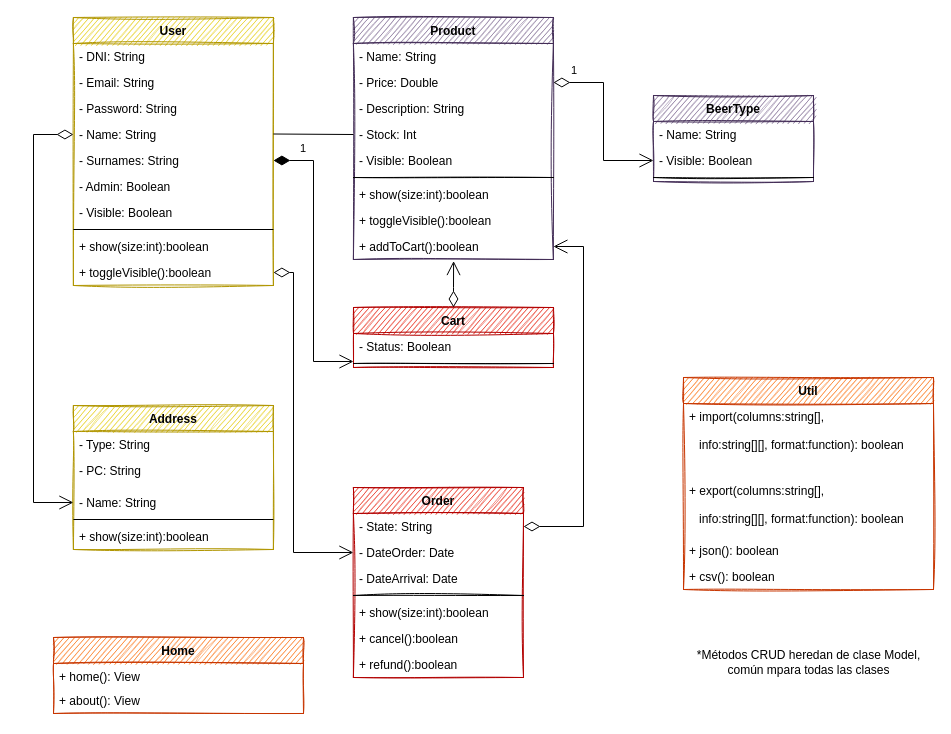
This is page "Page-2" (2 of 3) of _documentacion/diagrama.drawio from JosueGarciaAsensi/DSS, a draw.io file, before an edit. Source tidied: cells renumbered, new cells numbered last; positions are measured from the earlier drawing's top-left corner, leaving out a move shared by most shapes. Both pictures are drawn from the tidied source at 100%, with x=0, y=0 at pixel (33, 17).
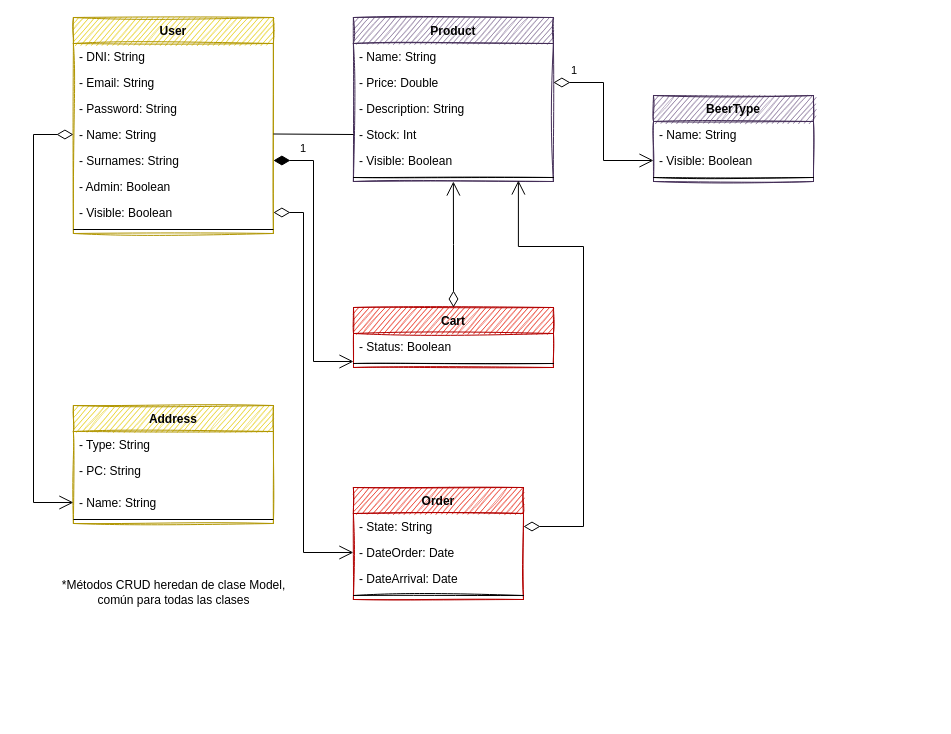
The same page after the edit.

Commit message (it also covers changes not shown here):
diagrama clases

Unchanged cells that the change refers to:
```xml
<mxCell id="9" value="- Visible: Boolean" style="text;strokeColor=none;fillColor=none;align=left;verticalAlign=top;spacingLeft=4;spacingRight=4;overflow=hidden;points=[[0,0.5],[1,0.5]];portConstraint=eastwest;" parent="2" vertex="1">
  <mxGeometry y="182" width="200" height="26" as="geometry" />
</mxCell>
<mxCell id="26" style="line;strokeWidth=1;fillColor=none;align=left;verticalAlign=middle;spacingTop=-1;spacingLeft=3;spacingRight=3;labelPosition=right;points=[];portConstraint=eastwest;rounded=0;shadow=0;glass=0;sketch=1;" parent="20" vertex="1">
  <mxGeometry y="156" width="200" height="8" as="geometry" />
</mxCell>
<mxCell id="36" value="Cart" style="swimlane;fontStyle=1;align=center;verticalAlign=top;horizontal=1;startSize=26;rounded=0;shadow=0;glass=0;sketch=1;fontColor=#000000;fillColor=#e51400;strokeColor=#B20000;" parent="1" vertex="1">
  <mxGeometry x="320" y="290" width="200" height="60" as="geometry" />
</mxCell>
<mxCell id="40" value="- State: String" style="text;strokeColor=none;fillColor=none;align=left;verticalAlign=top;spacingLeft=4;spacingRight=4;overflow=hidden;points=[[0,0.5],[1,0.5]];portConstraint=eastwest;" parent="39" vertex="1">
  <mxGeometry y="26" width="170.1" height="26" as="geometry" />
</mxCell>
<mxCell id="41" value="- DateOrder: Date" style="text;strokeColor=none;fillColor=none;align=left;verticalAlign=top;spacingLeft=4;spacingRight=4;overflow=hidden;points=[[0,0.5],[1,0.5]];portConstraint=eastwest;" parent="39" vertex="1">
  <mxGeometry y="52" width="170.1" height="26" as="geometry" />
</mxCell>
```

What changed in the source:
```diff
@@
     <mxCell id="2" value="User" style="swimlane;fontStyle=1;align=center;verticalAlign=top;horizontal=1;startSize=26;fillColor=#e3c800;strokeColor=#B09500;sketch=1;swimlaneLine=1;glass=0;rounded=0;shadow=0;swimlaneFillColor=none;fontColor=#000000;" parent="1" vertex="1">
-      <mxGeometry x="39.9" width="200" height="268" as="geometry" />
+      <mxGeometry x="39.9" width="200" height="216" as="geometry" />
     </mxCell>
@@
-    <mxCell id="11" value="+ show(size:int):boolean" style="text;strokeColor=none;fillColor=none;align=left;verticalAlign=top;spacingLeft=4;spacingRight=4;overflow=hidden;" parent="2" vertex="1">
-      <mxGeometry y="216" width="200" height="26" as="geometry" />
-    </mxCell>
-    <mxCell id="12" value="+ toggleVisible():boolean" style="text;strokeColor=none;fillColor=none;align=left;verticalAlign=top;spacingLeft=4;spacingRight=4;overflow=hidden;" parent="2" vertex="1">
-      <mxGeometry y="242" width="200" height="26" as="geometry" />
-    </mxCell>
     <mxCell id="13" value="Address" style="swimlane;fontStyle=1;align=center;verticalAlign=top;horizontal=1;startSize=26;fillColor=#e3c800;strokeColor=#B09500;sketch=1;swimlaneLine=1;glass=0;rounded=0;shadow=0;swimlaneFillColor=none;fontColor=#000000;" parent="1" vertex="1">
-      <mxGeometry x="39.9" y="388" width="200" height="144" as="geometry" />
+      <mxGeometry x="39.9" y="388" width="200" height="118" as="geometry" />
     </mxCell>
@@
-    <mxCell id="18" value="+ show(size:int):boolean" style="text;strokeColor=none;fillColor=none;align=left;verticalAlign=top;spacingLeft=4;spacingRight=4;overflow=hidden;sketch=1;" parent="13" vertex="1">
-      <mxGeometry y="118" width="200" height="26" as="geometry" />
-    </mxCell>
@@
     <mxCell id="20" value="Product" style="swimlane;fontStyle=1;align=center;verticalAlign=top;horizontal=1;startSize=26;rounded=0;shadow=0;glass=0;sketch=1;fillColor=#76608a;fontColor=#000000;strokeColor=#432D57;" parent="1" vertex="1">
-      <mxGeometry x="319.9" width="200" height="242" as="geometry" />
+      <mxGeometry x="319.9" width="200" height="164" as="geometry" />
     </mxCell>
@@
-    <mxCell id="27" value="+ show(size:int):boolean" style="text;strokeColor=none;fillColor=none;align=left;verticalAlign=top;spacingLeft=4;spacingRight=4;overflow=hidden;" parent="20" vertex="1">
-      <mxGeometry y="164" width="200" height="26" as="geometry" />
-    </mxCell>
-    <mxCell id="28" value="+ toggleVisible():boolean" style="text;strokeColor=none;fillColor=none;align=left;verticalAlign=top;spacingLeft=4;spacingRight=4;overflow=hidden;" parent="20" vertex="1">
-      <mxGeometry y="190" width="200" height="26" as="geometry" />
-    </mxCell>
-    <mxCell id="29" value="+ addToCart():boolean" style="text;strokeColor=none;fillColor=none;align=left;verticalAlign=top;spacingLeft=4;spacingRight=4;overflow=hidden;points=[[0,0.5],[1,0.5]];portConstraint=eastwest;" parent="20" vertex="1">
-      <mxGeometry y="216" width="200" height="26" as="geometry" />
-    </mxCell>
@@
     <mxCell id="39" value="Order" style="swimlane;fontStyle=1;align=center;verticalAlign=top;horizontal=1;startSize=26;rounded=0;shadow=0;glass=0;sketch=1;fontColor=#000000;fillColor=#e51400;strokeColor=#B20000;" parent="1" vertex="1">
-      <mxGeometry x="319.9" y="470" width="170.1" height="190" as="geometry" />
+      <mxGeometry x="319.9" y="470" width="170.1" height="112" as="geometry" />
     </mxCell>
@@
-    <mxCell id="44" value="+ show(size:int):boolean" style="text;strokeColor=none;fillColor=none;align=left;verticalAlign=top;spacingLeft=4;spacingRight=4;overflow=hidden;" parent="39" vertex="1">
-      <mxGeometry y="112" width="170.1" height="26" as="geometry" />
-    </mxCell>
-    <mxCell id="45" value="+ cancel():boolean" style="text;strokeColor=none;fillColor=none;align=left;verticalAlign=top;spacingLeft=4;spacingRight=4;overflow=hidden;" parent="39" vertex="1">
-      <mxGeometry y="138" width="170.1" height="26" as="geometry" />
-    </mxCell>
-    <mxCell id="46" value="+ refund():boolean" style="text;strokeColor=none;fillColor=none;align=left;verticalAlign=top;spacingLeft=4;spacingRight=4;overflow=hidden;" parent="39" vertex="1">
-      <mxGeometry y="164" width="170.1" height="26" as="geometry" />
-    </mxCell>
@@
-    <mxCell id="48" style="endArrow=open;html=1;endSize=12;startArrow=diamondThin;startSize=14;startFill=0;edgeStyle=orthogonalEdgeStyle;align=left;verticalAlign=bottom;rounded=0;exitX=1;exitY=0.5;exitDx=0;exitDy=0;entryX=0;entryY=0.5;entryDx=0;entryDy=0;" parent="1" edge="1" target="41">
+    <mxCell id="48" style="endArrow=open;html=1;endSize=12;startArrow=diamondThin;startSize=14;startFill=0;edgeStyle=orthogonalEdgeStyle;align=left;verticalAlign=bottom;rounded=0;exitX=1;exitY=0.5;exitDx=0;exitDy=0;entryX=0;entryY=0.5;entryDx=0;entryDy=0;" parent="1" edge="1" source="9" target="41">
       <mxGeometry x="-0.71" y="-20" relative="1" as="geometry">
-        <mxPoint x="239.9" y="255" as="sourcePoint" />
         <Array as="points">
-          <mxPoint x="260" y="255" />
-          <mxPoint x="260" y="535" />
+          <mxPoint x="270" y="195" />
+          <mxPoint x="270" y="535" />
         </Array>
       </mxGeometry>
     </mxCell>
-    <mxCell id="49" style="endArrow=open;html=1;endSize=12;startArrow=diamondThin;startSize=14;startFill=0;edgeStyle=orthogonalEdgeStyle;align=left;verticalAlign=bottom;rounded=0;exitX=1;exitY=0.5;exitDx=0;exitDy=0;entryX=1;entryY=0.5;entryDx=0;entryDy=0;" parent="1" edge="1" source="40" target="29">
+    <mxCell id="49" style="endArrow=open;html=1;endSize=12;startArrow=diamondThin;startSize=14;startFill=0;edgeStyle=orthogonalEdgeStyle;align=left;verticalAlign=bottom;rounded=0;exitX=1;exitY=0.5;exitDx=0;exitDy=0;entryX=0.825;entryY=0.875;entryDx=0;entryDy=0;entryPerimeter=0;" parent="1" edge="1" source="40" target="26">
       <mxGeometry x="-0.78" y="-20" relative="1" as="geometry">
         <Array as="points">
           <mxPoint x="550" y="509" />
           <mxPoint x="550" y="229" />
+          <mxPoint x="485" y="229" />
         </Array>
       </mxGeometry>
     </mxCell>
-    <mxCell id="50" value="&lt;div&gt;*Métodos CRUD heredan de clase Model, &lt;br&gt;&lt;/div&gt;&lt;div&gt;común mpara todas las clases&lt;/div&gt;" style="text;html=1;align=center;verticalAlign=middle;strokeColor=none;fillColor=none;fontColor=#000000;" parent="1" vertex="1">
-      <mxGeometry x="650" y="630" width="250" height="30" as="geometry" />
+    <mxCell id="50" value="&lt;div&gt;*Métodos CRUD heredan de clase Model, &lt;br&gt;&lt;/div&gt;&lt;div&gt;común para todas las clases&lt;/div&gt;" style="text;html=1;align=center;verticalAlign=middle;strokeColor=none;fillColor=none;fontColor=#000000;" parent="1" vertex="1">
+      <mxGeometry x="19.9" y="560" width="240" height="30" as="geometry" />
     </mxCell>
-    <mxCell id="51" value="Util" style="swimlane;fontStyle=1;horizontal=1;startSize=26;fillColor=#fa6800;rounded=0;shadow=0;glass=0;sketch=1;fontColor=#000000;strokeColor=#C73500;" parent="1" vertex="1">
-      <mxGeometry x="650" y="360" width="250" height="212" as="geometry" />
-    </mxCell>
-    <mxCell id="52" value="+ import(columns:string[], &#10;&#10;   info:string[][], format:function): boolean" style="text;strokeColor=none;fillColor=none;align=left;verticalAlign=top;spacingLeft=4;spacingRight=4;overflow=hidden;rounded=0;shadow=0;glass=0;sketch=1;fontColor=#000000;" parent="51" vertex="1">
-      <mxGeometry y="26" width="250" height="74" as="geometry" />
-    </mxCell>
-    <mxCell id="53" value="+ export(columns:string[], &#10;&#10;   info:string[][], format:function): boolean" style="text;strokeColor=none;fillColor=none;align=left;verticalAlign=top;spacingLeft=4;spacingRight=4;overflow=hidden;rounded=0;shadow=0;glass=0;sketch=1;fontColor=#000000;" parent="51" vertex="1">
-      <mxGeometry y="100" width="250" height="60" as="geometry" />
-    </mxCell>
-    <mxCell id="54" value="+ json(): boolean" style="text;strokeColor=none;fillColor=none;align=left;verticalAlign=top;spacingLeft=4;spacingRight=4;overflow=hidden;rounded=0;shadow=0;glass=0;sketch=1;fontColor=#000000;" parent="51" vertex="1">
-      <mxGeometry y="160" width="250" height="26" as="geometry" />
-    </mxCell>
-    <mxCell id="55" value="+ csv(): boolean" style="text;strokeColor=none;fillColor=none;align=left;verticalAlign=top;spacingLeft=4;spacingRight=4;overflow=hidden;rounded=0;shadow=0;glass=0;sketch=1;fontColor=#000000;" parent="51" vertex="1">
-      <mxGeometry y="186" width="250" height="26" as="geometry" />
-    </mxCell>
-    <mxCell id="56" style="endArrow=open;html=1;endSize=12;startArrow=diamondThin;startSize=14;startFill=0;edgeStyle=orthogonalEdgeStyle;align=left;verticalAlign=bottom;rounded=0;exitX=0.5;exitY=0;exitDx=0;exitDy=0;entryX=0.501;entryY=1.059;entryDx=0;entryDy=0;entryPerimeter=0;" parent="1" edge="1" source="36" target="29">
-      <mxGeometry x="-0.78" y="-20" relative="1" as="geometry">
-        <Array as="points">
-          <mxPoint x="420" y="270" />
-          <mxPoint x="420" y="270" />
-        </Array>
-      </mxGeometry>
+    <mxCell id="56" style="endArrow=open;html=1;endSize=12;startArrow=diamondThin;startSize=14;startFill=0;edgeStyle=orthogonalEdgeStyle;align=left;verticalAlign=bottom;rounded=0;exitX=0.5;exitY=0;exitDx=0;exitDy=0;entryX=0.5;entryY=1;entryDx=0;entryDy=0;" parent="1" edge="1" source="36" target="20">
+      <mxGeometry x="-0.78" y="-20" relative="1" as="geometry" />
     </mxCell>
-    <mxCell id="57" value="Home" style="swimlane;fontStyle=1;horizontal=1;startSize=26;fillColor=#fa6800;rounded=0;shadow=0;glass=0;sketch=1;fontColor=#000000;strokeColor=#C73500;" parent="1" vertex="1">
-      <mxGeometry x="20" y="620" width="250" height="76" as="geometry" />
-    </mxCell>
-    <mxCell id="58" value="+ home(): View" style="text;strokeColor=none;fillColor=none;align=left;verticalAlign=top;spacingLeft=4;spacingRight=4;overflow=hidden;rounded=0;shadow=0;glass=0;sketch=1;fontColor=#000000;" parent="57" vertex="1">
-      <mxGeometry y="26" width="250" height="24" as="geometry" />
-    </mxCell>
-    <mxCell id="59" value="+ about(): View" style="text;strokeColor=none;fillColor=none;align=left;verticalAlign=top;spacingLeft=4;spacingRight=4;overflow=hidden;rounded=0;shadow=0;glass=0;sketch=1;fontColor=#000000;" parent="57" vertex="1">
-      <mxGeometry y="50" width="250" height="26" as="geometry" />
-    </mxCell>
```
